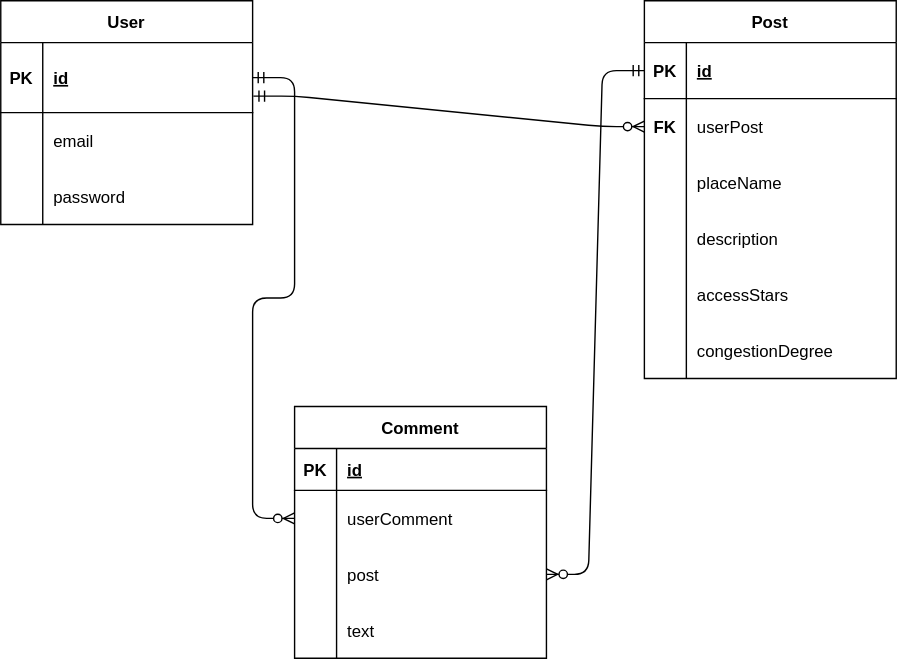
The draw.io diagram er-piture.drawio.svg in kousei1015/react_django, before a commit. Source tidied: cells renumbered, new cells last; positions are measured from the earlier drawing's top-left corner, leaving out a move shared by most shapes.
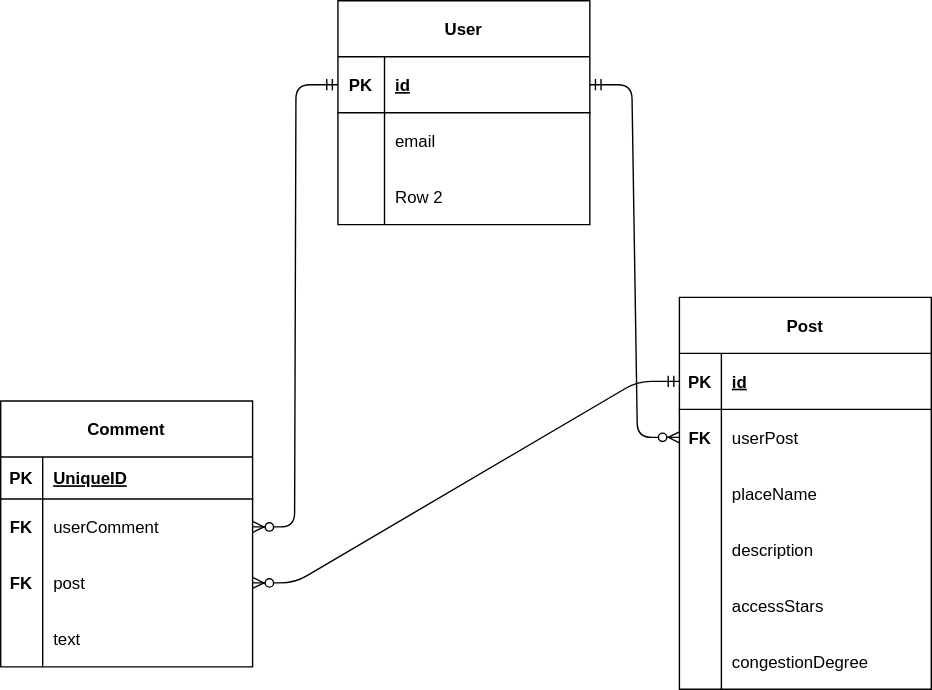
After the commit.

The edit, as a diff of the source:
```diff
@@ -1,141 +1,141 @@
-<mxGraphModel>
+<mxGraphModel background="#ffffff">
   <root>
     <mxCell id="0" />
     <mxCell id="1" parent="0" />
-    <mxCell id="2" value="User" style="shape=table;startSize=30;rowLines=0;fontStyle=1;align=center;" parent="1" vertex="1">
-      <mxGeometry width="180" height="160" as="geometry" />
+    <mxCell id="2" value="User" style="shape=table;startSize=40;rowLines=0;fontStyle=1;align=center;fontColor=#000000;strokeColor=#000000;strokeWidth=1;fillColor=#FFFFFF;gradientColor=#ffffff;" parent="1" vertex="1">
+      <mxGeometry x="245" y="-1" width="180" height="160" as="geometry" />
     </mxCell>
-    <mxCell id="3" style="shape=partialRectangle;fillColor=none;top=0;left=0;bottom=1;right=0;points=[[0,0.5],[1,0.5]];portConstraint=eastwest;" parent="2" vertex="1">
-      <mxGeometry y="30" width="180" height="50" as="geometry" />
-    </mxCell>
-    <mxCell id="4" value="PK" style="shape=partialRectangle;fillColor=none;top=0;left=0;bottom=0;right=0;fontStyle=1;overflow=hidden;" parent="3" vertex="1">
-      <mxGeometry width="30" height="50" as="geometry" />
-    </mxCell>
-    <mxCell id="5" value="id" style="shape=partialRectangle;fillColor=none;top=0;left=0;bottom=0;right=0;align=left;spacingLeft=6;fontStyle=5;overflow=hidden;" parent="3" vertex="1">
-      <mxGeometry x="30" width="150" height="50" as="geometry" />
-    </mxCell>
-    <mxCell id="6" style="shape=partialRectangle;fillColor=none;top=0;left=0;bottom=0;right=0;" parent="2" vertex="1">
-      <mxGeometry y="80" width="180" height="40" as="geometry" />
-    </mxCell>
-    <mxCell id="7" style="shape=partialRectangle;fillColor=none;top=0;left=0;bottom=0;right=0;overflow=hidden;" parent="6" vertex="1">
-      <mxGeometry width="30" height="40" as="geometry" />
-    </mxCell>
+    <mxCell id="47" style="shape=partialRectangle;fillColor=none;top=0;left=0;bottom=1;right=0;points=[[0,0.5],[1,0.5]];portConstraint=eastwest;fontColor=#000000;strokeColor=#000000;strokeWidth=1;" parent="2" vertex="1">
+      <mxGeometry y="40" width="180" height="40" as="geometry" />
+    </mxCell>
+    <mxCell id="48" value="PK" style="shape=partialRectangle;fillColor=none;top=0;left=0;bottom=0;right=0;fontStyle=1;overflow=hidden;fontColor=#000000;strokeColor=#FFFFFF;strokeWidth=1;" parent="47" vertex="1">
+      <mxGeometry width="33.3" height="40" as="geometry" />
+    </mxCell>
+    <mxCell id="49" value="id" style="shape=partialRectangle;fillColor=none;top=0;left=0;bottom=0;right=0;align=left;spacingLeft=6;fontStyle=5;overflow=hidden;fontColor=#000000;strokeColor=#FFFFFF;strokeWidth=1;" parent="47" vertex="1">
+      <mxGeometry x="33.3" width="146.7" height="40" as="geometry" />
+    </mxCell>
+    <mxCell id="50" style="shape=partialRectangle;fillColor=none;top=0;left=0;bottom=0;right=0;fontColor=#000000;strokeColor=#FFFFFF;strokeWidth=1;" parent="2" vertex="1">
+      <mxGeometry y="80" width="180" height="40" as="geometry" />
+    </mxCell>
+    <mxCell id="51" style="shape=partialRectangle;fillColor=none;top=0;left=0;bottom=0;right=0;overflow=hidden;fontColor=#000000;strokeColor=#FFFFFF;strokeWidth=1;" parent="50" vertex="1">
+      <mxGeometry width="33.3" height="40" as="geometry" />
+    </mxCell>
-    <mxCell id="8" value="email" style="shape=partialRectangle;fillColor=none;top=0;left=0;bottom=0;right=0;align=left;spacingLeft=6;overflow=hidden;" parent="6" vertex="1">
-      <mxGeometry x="30" width="150" height="40" as="geometry" />
+    <mxCell id="8" value="email" style="shape=partialRectangle;fillColor=none;top=0;left=0;bottom=0;right=0;align=left;spacingLeft=6;overflow=hidden;fontColor=#000000;strokeColor=#000000;strokeWidth=1;" parent="50" vertex="1">
+      <mxGeometry x="33.3" width="146.7" height="40" as="geometry" />
     </mxCell>
-    <mxCell id="9" style="shape=partialRectangle;fillColor=none;top=0;left=0;bottom=0;right=0;" parent="2" vertex="1">
-      <mxGeometry y="120" width="180" height="40" as="geometry" />
-    </mxCell>
-    <mxCell id="10" style="shape=partialRectangle;fillColor=none;top=0;left=0;bottom=0;right=0;overflow=hidden;" parent="9" vertex="1">
-      <mxGeometry width="30" height="40" as="geometry" />
-    </mxCell>
-    <mxCell id="11" value="password" style="shape=partialRectangle;fillColor=none;top=0;left=0;bottom=0;right=0;align=left;spacingLeft=6;overflow=hidden;" parent="9" vertex="1">
-      <mxGeometry x="30" width="150" height="40" as="geometry" />
-    </mxCell>
+    <mxCell id="52" style="shape=partialRectangle;fillColor=none;top=0;left=0;bottom=0;right=0;fontColor=#000000;strokeColor=#FFFFFF;strokeWidth=1;" parent="2" vertex="1">
+      <mxGeometry y="120" width="180" height="40" as="geometry" />
+    </mxCell>
+    <mxCell id="53" style="shape=partialRectangle;fillColor=none;top=0;left=0;bottom=0;right=0;overflow=hidden;fontColor=#000000;strokeColor=#000000;strokeWidth=1;" parent="52" vertex="1">
+      <mxGeometry width="33.3" height="40" as="geometry" />
+    </mxCell>
+    <mxCell id="54" value="Row 2" style="shape=partialRectangle;fillColor=none;top=0;left=0;bottom=0;right=0;align=left;spacingLeft=6;overflow=hidden;fontColor=#000000;strokeColor=#FFFFFF;strokeWidth=1;" parent="52" vertex="1">
+      <mxGeometry x="33.3" width="146.7" height="40" as="geometry" />
+    </mxCell>
-    <mxCell id="12" value="Post" style="shape=table;startSize=30;rowLines=0;fontStyle=1;align=center;" parent="1" vertex="1">
-      <mxGeometry x="460" width="180" height="270" as="geometry" />
+    <mxCell id="12" value="Post" style="shape=table;startSize=40;rowLines=0;fontStyle=1;align=center;fontColor=#000000;strokeColor=#000000;strokeWidth=1;fillColor=#FFFFFF;gradientColor=#ffffff;" parent="1" vertex="1">
+      <mxGeometry x="489" y="211" width="180" height="280" as="geometry" />
     </mxCell>
-    <mxCell id="13" style="shape=partialRectangle;fillColor=none;top=0;left=0;bottom=1;right=0;points=[[0,0.5],[1,0.5]];portConstraint=eastwest;" parent="12" vertex="1">
-      <mxGeometry y="30" width="180" height="40" as="geometry" />
-    </mxCell>
-    <mxCell id="14" value="PK" style="shape=partialRectangle;fillColor=none;top=0;left=0;bottom=0;right=0;fontStyle=1;overflow=hidden;" parent="13" vertex="1">
-      <mxGeometry width="30" height="40" as="geometry" />
-    </mxCell>
-    <mxCell id="15" value="id" style="shape=partialRectangle;fillColor=none;top=0;left=0;bottom=0;right=0;align=left;spacingLeft=6;fontStyle=5;overflow=hidden;" parent="13" vertex="1">
-      <mxGeometry x="30" width="150" height="40" as="geometry" />
-    </mxCell>
-    <mxCell id="16" style="shape=partialRectangle;fillColor=none;top=0;left=0;bottom=0;right=0;points=[[0,0.5],[1,0.5]];portConstraint=eastwest;" parent="12" vertex="1">
-      <mxGeometry y="70" width="180" height="40" as="geometry" />
-    </mxCell>
-    <mxCell id="17" value="FK" style="shape=partialRectangle;fillColor=none;top=0;left=0;bottom=0;right=0;overflow=hidden;fontStyle=1;" parent="16" vertex="1">
-      <mxGeometry width="30" height="40" as="geometry" />
-    </mxCell>
+    <mxCell id="55" style="shape=partialRectangle;fillColor=none;top=0;left=0;bottom=1;right=0;points=[[0,0.5],[1,0.5]];portConstraint=eastwest;fontColor=#000000;strokeColor=#000000;strokeWidth=1;" parent="12" vertex="1">
+      <mxGeometry y="40" width="180" height="40" as="geometry" />
+    </mxCell>
+    <mxCell id="56" value="PK" style="shape=partialRectangle;fillColor=none;top=0;left=0;bottom=0;right=0;fontStyle=1;overflow=hidden;fontColor=#000000;strokeColor=#000000;strokeWidth=1;" parent="55" vertex="1">
+      <mxGeometry width="30" height="40" as="geometry" />
+    </mxCell>
+    <mxCell id="57" value="id" style="shape=partialRectangle;fillColor=none;top=0;left=0;bottom=0;right=0;align=left;spacingLeft=6;fontStyle=5;overflow=hidden;fontColor=#000000;strokeColor=#000000;strokeWidth=1;" parent="55" vertex="1">
+      <mxGeometry x="30" width="150" height="40" as="geometry" />
+    </mxCell>
+    <mxCell id="58" style="shape=partialRectangle;fillColor=none;top=0;left=0;bottom=0;right=0;points=[[0,0.5],[1,0.5]];portConstraint=eastwest;fontColor=#000000;strokeColor=#000000;strokeWidth=1;" parent="12" vertex="1">
+      <mxGeometry y="80" width="180" height="40" as="geometry" />
+    </mxCell>
+    <mxCell id="59" value="FK" style="shape=partialRectangle;fillColor=none;top=0;left=0;bottom=0;right=0;overflow=hidden;fontColor=#000000;strokeColor=#000000;strokeWidth=1;fontStyle=1;" parent="58" vertex="1">
+      <mxGeometry width="30" height="40" as="geometry" />
+    </mxCell>
-    <mxCell id="18" value="userPost" style="shape=partialRectangle;fillColor=none;top=0;left=0;bottom=0;right=0;align=left;spacingLeft=6;overflow=hidden;" parent="16" vertex="1">
+    <mxCell id="18" value="userPost" style="shape=partialRectangle;fillColor=none;top=0;left=0;bottom=0;right=0;align=left;spacingLeft=6;overflow=hidden;fontColor=#000000;strokeColor=#000000;strokeWidth=1;" parent="58" vertex="1">
       <mxGeometry x="30" width="150" height="40" as="geometry" />
     </mxCell>
-    <mxCell id="19" style="shape=partialRectangle;fillColor=none;top=0;left=0;bottom=0;right=0;" parent="12" vertex="1">
-      <mxGeometry y="110" width="180" height="40" as="geometry" />
-    </mxCell>
-    <mxCell id="20" style="shape=partialRectangle;fillColor=none;top=0;left=0;bottom=0;right=0;overflow=hidden;" parent="19" vertex="1">
-      <mxGeometry width="30" height="40" as="geometry" />
-    </mxCell>
+    <mxCell id="60" style="shape=partialRectangle;fillColor=none;top=0;left=0;bottom=0;right=0;fontColor=#000000;strokeColor=#000000;strokeWidth=1;" parent="12" vertex="1">
+      <mxGeometry y="120" width="180" height="40" as="geometry" />
+    </mxCell>
+    <mxCell id="61" style="shape=partialRectangle;fillColor=none;top=0;left=0;bottom=0;right=0;overflow=hidden;fontColor=#000000;strokeColor=#000000;strokeWidth=1;" parent="60" vertex="1">
+      <mxGeometry width="30" height="40" as="geometry" />
+    </mxCell>
-    <mxCell id="21" value="placeName" style="shape=partialRectangle;fillColor=none;top=0;left=0;bottom=0;right=0;align=left;spacingLeft=6;overflow=hidden;" parent="19" vertex="1">
+    <mxCell id="21" value="placeName" style="shape=partialRectangle;fillColor=none;top=0;left=0;bottom=0;right=0;align=left;spacingLeft=6;overflow=hidden;fontColor=#000000;strokeColor=#000000;strokeWidth=1;" parent="60" vertex="1">
       <mxGeometry x="30" width="150" height="40" as="geometry" />
     </mxCell>
-    <mxCell id="22" style="shape=partialRectangle;fillColor=none;top=0;left=0;bottom=0;right=0;" parent="12" vertex="1">
-      <mxGeometry y="150" width="180" height="40" as="geometry" />
-    </mxCell>
-    <mxCell id="23" style="shape=partialRectangle;fillColor=none;top=0;left=0;bottom=0;right=0;overflow=hidden;" parent="22" vertex="1">
-      <mxGeometry width="30" height="40" as="geometry" />
-    </mxCell>
+    <mxCell id="62" style="shape=partialRectangle;fillColor=none;top=0;left=0;bottom=0;right=0;fontColor=#000000;strokeColor=#000000;strokeWidth=1;" parent="12" vertex="1">
+      <mxGeometry y="160" width="180" height="40" as="geometry" />
+    </mxCell>
+    <mxCell id="63" style="shape=partialRectangle;fillColor=none;top=0;left=0;bottom=0;right=0;overflow=hidden;fontColor=#000000;strokeColor=#000000;strokeWidth=1;" parent="62" vertex="1">
+      <mxGeometry width="30" height="40" as="geometry" />
+    </mxCell>
-    <mxCell id="24" value="description" style="shape=partialRectangle;fillColor=none;top=0;left=0;bottom=0;right=0;align=left;spacingLeft=6;overflow=hidden;" parent="22" vertex="1">
+    <mxCell id="24" value="description" style="shape=partialRectangle;fillColor=none;top=0;left=0;bottom=0;right=0;align=left;spacingLeft=6;overflow=hidden;fontColor=#000000;strokeColor=#000000;strokeWidth=1;" parent="62" vertex="1">
       <mxGeometry x="30" width="150" height="40" as="geometry" />
     </mxCell>
-    <mxCell id="25" style="shape=partialRectangle;fillColor=none;top=0;left=0;bottom=0;right=0;" parent="12" vertex="1">
-      <mxGeometry y="190" width="180" height="40" as="geometry" />
-    </mxCell>
-    <mxCell id="26" style="shape=partialRectangle;fillColor=none;top=0;left=0;bottom=0;right=0;overflow=hidden;" parent="25" vertex="1">
-      <mxGeometry width="30" height="40" as="geometry" />
-    </mxCell>
+    <mxCell id="64" style="shape=partialRectangle;fillColor=none;top=0;left=0;bottom=0;right=0;fontColor=#000000;strokeColor=#000000;strokeWidth=1;" parent="12" vertex="1">
+      <mxGeometry y="200" width="180" height="40" as="geometry" />
+    </mxCell>
+    <mxCell id="65" style="shape=partialRectangle;fillColor=none;top=0;left=0;bottom=0;right=0;overflow=hidden;fontColor=#000000;strokeColor=#000000;strokeWidth=1;" parent="64" vertex="1">
+      <mxGeometry width="30" height="40" as="geometry" />
+    </mxCell>
-    <mxCell id="27" value="accessStars" style="shape=partialRectangle;fillColor=none;top=0;left=0;bottom=0;right=0;align=left;spacingLeft=6;overflow=hidden;" parent="25" vertex="1">
+    <mxCell id="27" value="accessStars" style="shape=partialRectangle;fillColor=none;top=0;left=0;bottom=0;right=0;align=left;spacingLeft=6;overflow=hidden;fontColor=#000000;strokeColor=#000000;strokeWidth=1;" parent="64" vertex="1">
       <mxGeometry x="30" width="150" height="40" as="geometry" />
     </mxCell>
-    <mxCell id="28" style="shape=partialRectangle;fillColor=none;top=0;left=0;bottom=0;right=0;" parent="12" vertex="1">
-      <mxGeometry y="230" width="180" height="40" as="geometry" />
-    </mxCell>
-    <mxCell id="29" style="shape=partialRectangle;fillColor=none;top=0;left=0;bottom=0;right=0;overflow=hidden;" parent="28" vertex="1">
-      <mxGeometry width="30" height="40" as="geometry" />
-    </mxCell>
+    <mxCell id="66" style="shape=partialRectangle;fillColor=none;top=0;left=0;bottom=0;right=0;fontColor=#000000;strokeColor=#000000;strokeWidth=1;" parent="12" vertex="1">
+      <mxGeometry y="240" width="180" height="40" as="geometry" />
+    </mxCell>
+    <mxCell id="67" style="shape=partialRectangle;fillColor=none;top=0;left=0;bottom=0;right=0;overflow=hidden;fontColor=#000000;strokeColor=#000000;strokeWidth=1;" parent="66" vertex="1">
+      <mxGeometry width="30" height="40" as="geometry" />
+    </mxCell>
-    <mxCell id="30" value="congestionDegree" style="shape=partialRectangle;fillColor=none;top=0;left=0;bottom=0;right=0;align=left;spacingLeft=6;overflow=hidden;" parent="28" vertex="1">
+    <mxCell id="30" value="congestionDegree" style="shape=partialRectangle;fillColor=none;top=0;left=0;bottom=0;right=0;align=left;spacingLeft=6;overflow=hidden;fontColor=#000000;strokeColor=#000000;strokeWidth=1;" parent="66" vertex="1">
       <mxGeometry x="30" width="150" height="40" as="geometry" />
     </mxCell>
-    <mxCell id="31" value="Comment" style="shape=table;startSize=30;rowLines=0;fontStyle=1;align=center;" parent="1" vertex="1">
-      <mxGeometry x="210" y="290" width="180" height="180" as="geometry" />
+    <mxCell id="31" value="Comment" style="shape=table;startSize=40;rowLines=0;fontStyle=1;align=center;fontColor=#000000;strokeColor=#000000;strokeWidth=1;fillColor=#FFFFFF;gradientColor=#ffffff;" parent="1" vertex="1">
+      <mxGeometry x="4" y="285" width="180" height="190" as="geometry" />
     </mxCell>
-    <mxCell id="32" style="shape=partialRectangle;fillColor=none;top=0;left=0;bottom=1;right=0;" parent="31" vertex="1">
-      <mxGeometry y="30" width="180" height="30" as="geometry" />
-    </mxCell>
-    <mxCell id="33" value="PK" style="shape=partialRectangle;fillColor=none;top=0;left=0;bottom=0;right=0;fontStyle=1;overflow=hidden;" parent="32" vertex="1">
-      <mxGeometry width="30" height="30" as="geometry" />
-    </mxCell>
-    <mxCell id="34" value="id" style="shape=partialRectangle;fillColor=none;top=0;left=0;bottom=0;right=0;align=left;spacingLeft=6;fontStyle=5;overflow=hidden;" parent="32" vertex="1">
-      <mxGeometry x="30" width="150" height="30" as="geometry" />
-    </mxCell>
-    <mxCell id="35" style="shape=partialRectangle;fillColor=none;top=0;left=0;bottom=0;right=0;points=[[0,0.5],[1,0.5]];portConstraint=eastwest;" parent="31" vertex="1">
-      <mxGeometry y="60" width="180" height="40" as="geometry" />
-    </mxCell>
-    <mxCell id="36" style="shape=partialRectangle;fillColor=none;top=0;left=0;bottom=0;right=0;overflow=hidden;" parent="35" vertex="1">
-      <mxGeometry width="30" height="40" as="geometry" />
-    </mxCell>
+    <mxCell id="68" style="shape=partialRectangle;fillColor=none;top=0;left=0;bottom=1;right=0;fontColor=#000000;strokeColor=#000000;strokeWidth=1;" parent="31" vertex="1">
+      <mxGeometry y="40" width="180" height="30" as="geometry" />
+    </mxCell>
+    <mxCell id="69" value="PK" style="shape=partialRectangle;fillColor=none;top=0;left=0;bottom=0;right=0;fontStyle=1;overflow=hidden;fontColor=#000000;strokeColor=#000000;strokeWidth=1;" parent="68" vertex="1">
+      <mxGeometry width="30" height="30" as="geometry" />
+    </mxCell>
+    <mxCell id="70" value="UniqueID" style="shape=partialRectangle;fillColor=none;top=0;left=0;bottom=0;right=0;align=left;spacingLeft=6;fontStyle=5;overflow=hidden;fontColor=#000000;strokeColor=#000000;strokeWidth=1;" parent="68" vertex="1">
+      <mxGeometry x="30" width="150" height="30" as="geometry" />
+    </mxCell>
+    <mxCell id="71" style="shape=partialRectangle;fillColor=none;top=0;left=0;bottom=0;right=0;points=[[0,0.5],[1,0.5]];portConstraint=eastwest;fontColor=#000000;strokeColor=#000000;strokeWidth=1;" parent="31" vertex="1">
+      <mxGeometry y="70" width="180" height="40" as="geometry" />
+    </mxCell>
+    <mxCell id="72" value="FK" style="shape=partialRectangle;fillColor=none;top=0;left=0;bottom=0;right=0;overflow=hidden;fontColor=#000000;strokeColor=#000000;strokeWidth=1;fontStyle=1;" parent="71" vertex="1">
+      <mxGeometry width="30" height="40" as="geometry" />
+    </mxCell>
-    <mxCell id="37" value="userComment" style="shape=partialRectangle;fillColor=none;top=0;left=0;bottom=0;right=0;align=left;spacingLeft=6;overflow=hidden;" parent="35" vertex="1">
+    <mxCell id="37" value="userComment" style="shape=partialRectangle;fillColor=none;top=0;left=0;bottom=0;right=0;align=left;spacingLeft=6;overflow=hidden;fontColor=#000000;strokeColor=#000000;strokeWidth=1;" parent="71" vertex="1">
       <mxGeometry x="30" width="150" height="40" as="geometry" />
     </mxCell>
-    <mxCell id="38" style="shape=partialRectangle;fillColor=none;top=0;left=0;bottom=0;right=0;points=[[0,0.5],[1,0.5]];portConstraint=eastwest;" parent="31" vertex="1">
-      <mxGeometry y="100" width="180" height="40" as="geometry" />
-    </mxCell>
-    <mxCell id="39" style="shape=partialRectangle;fillColor=none;top=0;left=0;bottom=0;right=0;overflow=hidden;" parent="38" vertex="1">
-      <mxGeometry width="30" height="40" as="geometry" />
-    </mxCell>
+    <mxCell id="73" style="shape=partialRectangle;fillColor=none;top=0;left=0;bottom=0;right=0;points=[[0,0.5],[1,0.5]];portConstraint=eastwest;fontColor=#000000;strokeColor=#000000;strokeWidth=1;" parent="31" vertex="1">
+      <mxGeometry y="110" width="180" height="40" as="geometry" />
+    </mxCell>
+    <mxCell id="74" value="FK" style="shape=partialRectangle;fillColor=none;top=0;left=0;bottom=0;right=0;overflow=hidden;fontColor=#000000;strokeColor=#000000;strokeWidth=1;fontStyle=1;" parent="73" vertex="1">
+      <mxGeometry width="30" height="40" as="geometry" />
+    </mxCell>
-    <mxCell id="40" value="post" style="shape=partialRectangle;fillColor=none;top=0;left=0;bottom=0;right=0;align=left;spacingLeft=6;overflow=hidden;" parent="38" vertex="1">
+    <mxCell id="40" value="post" style="shape=partialRectangle;fillColor=none;top=0;left=0;bottom=0;right=0;align=left;spacingLeft=6;overflow=hidden;fontColor=#000000;strokeColor=#000000;strokeWidth=1;" parent="73" vertex="1">
       <mxGeometry x="30" width="150" height="40" as="geometry" />
     </mxCell>
-    <mxCell id="41" style="shape=partialRectangle;fillColor=none;top=0;left=0;bottom=0;right=0;" parent="31" vertex="1">
-      <mxGeometry y="140" width="180" height="40" as="geometry" />
-    </mxCell>
-    <mxCell id="42" style="shape=partialRectangle;fillColor=none;top=0;left=0;bottom=0;right=0;overflow=hidden;" parent="41" vertex="1">
-      <mxGeometry width="30" height="40" as="geometry" />
-    </mxCell>
+    <mxCell id="75" style="shape=partialRectangle;fillColor=none;top=0;left=0;bottom=0;right=0;fontColor=#000000;strokeColor=#000000;strokeWidth=1;" parent="31" vertex="1">
+      <mxGeometry y="150" width="180" height="40" as="geometry" />
+    </mxCell>
+    <mxCell id="76" style="shape=partialRectangle;fillColor=none;top=0;left=0;bottom=0;right=0;overflow=hidden;fontColor=#000000;strokeColor=#000000;strokeWidth=1;" parent="75" vertex="1">
+      <mxGeometry width="30" height="40" as="geometry" />
+    </mxCell>
-    <mxCell id="43" value="text" style="shape=partialRectangle;fillColor=none;top=0;left=0;bottom=0;right=0;align=left;spacingLeft=6;overflow=hidden;" parent="41" vertex="1">
+    <mxCell id="43" value="text" style="shape=partialRectangle;fillColor=none;top=0;left=0;bottom=0;right=0;align=left;spacingLeft=6;overflow=hidden;fontColor=#000000;strokeColor=#000000;strokeWidth=1;" parent="75" vertex="1">
       <mxGeometry x="30" width="150" height="40" as="geometry" />
     </mxCell>
-    <mxCell id="44" style="edgeStyle=entityRelationEdgeStyle;fontSize=12;html=1;endArrow=ERzeroToMany;startArrow=ERmandOne;entryX=0;entryY=0.5;entryDx=0;entryDy=0;exitX=1.003;exitY=0.764;exitDx=0;exitDy=0;exitPerimeter=0;" parent="1" edge="1" source="3" target="16">
-      <mxGeometry relative="1" as="geometry" />
-    </mxCell>
-    <mxCell id="45" style="edgeStyle=entityRelationEdgeStyle;fontSize=12;html=1;endArrow=ERzeroToMany;startArrow=ERmandOne;exitX=1;exitY=0.5;exitDx=0;exitDy=0;" parent="1" edge="1" source="3" target="35">
-      <mxGeometry relative="1" as="geometry" />
-    </mxCell>
-    <mxCell id="46" style="edgeStyle=entityRelationEdgeStyle;fontSize=12;html=1;endArrow=ERzeroToMany;startArrow=ERmandOne;" parent="1" edge="1" source="13" target="38">
-      <mxGeometry relative="1" as="geometry" />
-    </mxCell>
+    <mxCell id="77" style="edgeStyle=entityRelationEdgeStyle;fontSize=12;html=1;endArrow=ERzeroToMany;startArrow=ERmandOne;fontColor=#000000;strokeColor=#000000;entryX=0;entryY=0.5;entryDx=0;entryDy=0;" parent="1" edge="1" source="47" target="58">
+      <mxGeometry relative="1" as="geometry" />
+    </mxCell>
+    <mxCell id="78" style="edgeStyle=entityRelationEdgeStyle;fontSize=12;html=1;endArrow=ERzeroToMany;startArrow=ERmandOne;fontColor=#000000;strokeColor=#000000;strokeWidth=1;" parent="1" edge="1" source="47" target="71">
+      <mxGeometry relative="1" as="geometry" />
+    </mxCell>
+    <mxCell id="79" style="edgeStyle=entityRelationEdgeStyle;fontSize=12;html=1;endArrow=ERzeroToMany;startArrow=ERmandOne;fontColor=#000000;strokeColor=#000000;strokeWidth=1;" parent="1" edge="1" source="55" target="73">
+      <mxGeometry relative="1" as="geometry" />
+    </mxCell>
   </root>
 </mxGraphModel>
```
